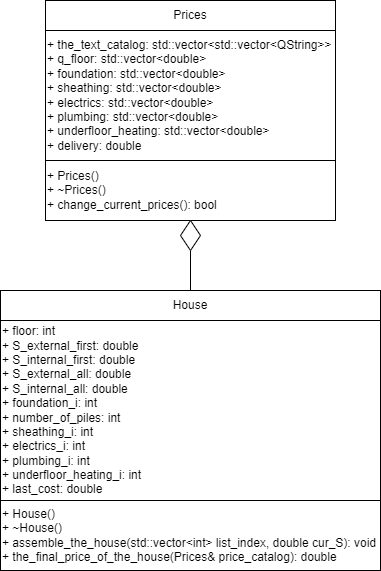
Earlier version of the draw.io export creative work/creative_work/uml - house and price.drawio.png (SonyAkb/Laboratory-works-for-the-2-semester). Source tidied: cells renumbered, new cells last; positions are measured from the earlier drawing's top-left corner, leaving out a move shared by most shapes.
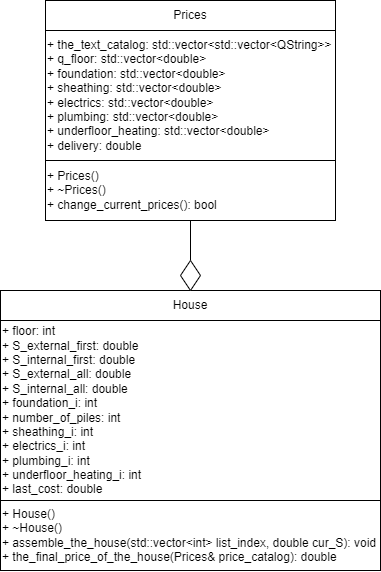
Above is the later version.

The edit, as a diff of the source:
```diff
@@ -20,11 +20,11 @@
     <mxCell id="7" value="House" style="rounded=0;whiteSpace=wrap;html=1;fontColor=default;fontFamily=Helvetica;fontStyle=0;align=center;" parent="1" vertex="1">
       <mxGeometry y="290" width="380" height="30" as="geometry" />
     </mxCell>
-    <mxCell id="8" style="endArrow=none;html=1;rounded=0;exitX=0.5;exitY=0;exitDx=0;exitDy=0;entryX=0.5;entryY=1;entryDx=0;entryDy=0;" parent="1" edge="1" source="7" target="9">
+    <mxCell id="8" style="endArrow=none;html=1;rounded=0;exitX=0.5;exitY=1;exitDx=0;exitDy=0;entryX=0.5;entryY=0;entryDx=0;entryDy=0;" parent="1" edge="1" source="4" target="9">
       <mxGeometry relative="1" as="geometry" />
     </mxCell>
     <mxCell id="9" style="rhombus;whiteSpace=wrap;html=1;" parent="1" vertex="1">
-      <mxGeometry x="180" y="220" width="20" height="30" as="geometry" />
+      <mxGeometry x="180" y="260" width="20" height="30" as="geometry" />
     </mxCell>
   </root>
 </mxGraphModel>
```
